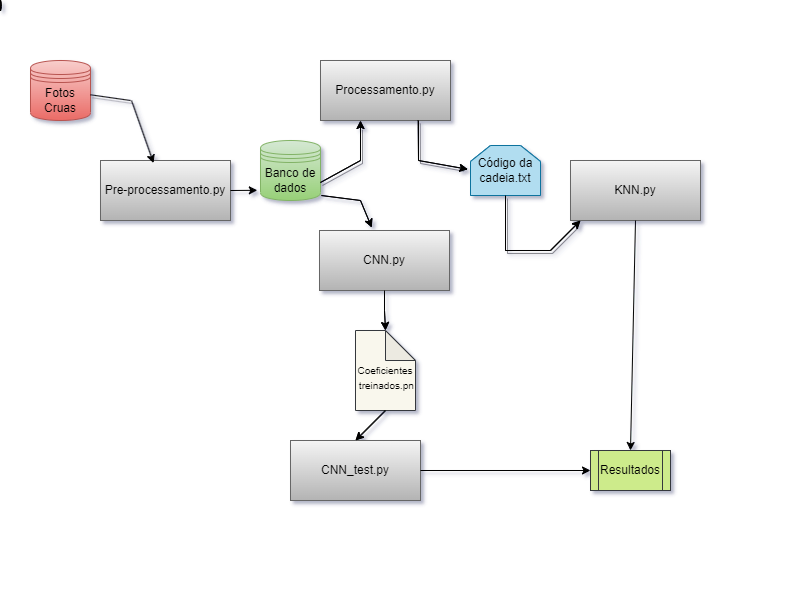
The draw.io diagram projetos/yoga-poses-classification/assets/Workflow.drawio.png in Disciplinas-FEEC/IA901-2023S1, before a commit. Source tidied: cells renumbered, new cells last; positions are measured from the earlier drawing's top-left corner, leaving out a move shared by most shapes.
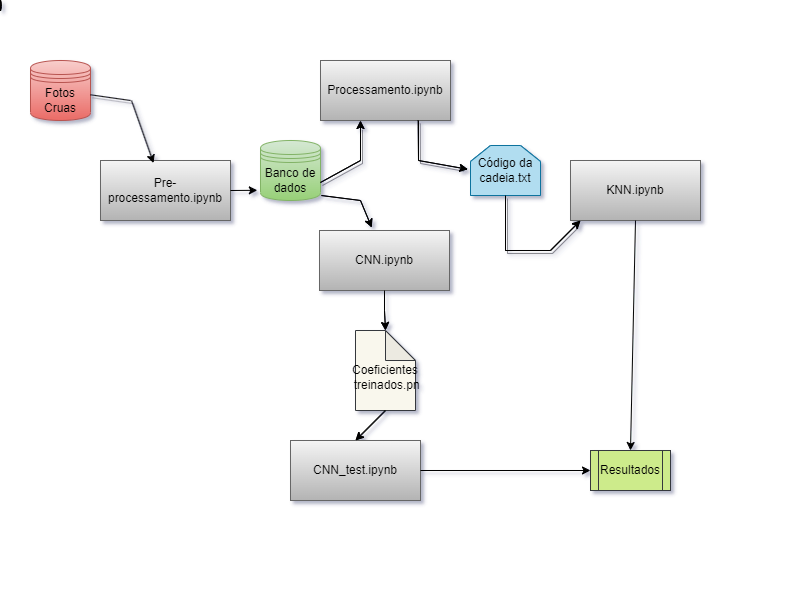
Later version of the same file.

Commit message:
add Workflow and add notebooks

Diff of the diagram source:
```diff
@@ -5,7 +5,7 @@
     <mxCell id="2" value="Fotos Cruas" style="shape=datastore;whiteSpace=wrap;html=1;fillColor=#f8cecc;strokeColor=#b85450;gradientColor=#ea6b66;" parent="1" vertex="1">
       <mxGeometry x="30" y="60" width="60" height="60" as="geometry" />
     </mxCell>
-    <mxCell id="3" value="Pre-processamento.py" style="whiteSpace=wrap;html=1;align=center;verticalAlign=middle;newEdgeStyle={&quot;edgeStyle&quot;:&quot;elbowEdgeStyle&quot;,&quot;startArrow&quot;:&quot;none&quot;,&quot;endArrow&quot;:&quot;none&quot;};fillColor=#f5f5f5;gradientColor=#b3b3b3;strokeColor=#666666;" parent="1" vertex="1">
+    <mxCell id="3" value="Pre-processamento.ipynb" style="whiteSpace=wrap;html=1;align=center;verticalAlign=middle;newEdgeStyle={&quot;edgeStyle&quot;:&quot;elbowEdgeStyle&quot;,&quot;startArrow&quot;:&quot;none&quot;,&quot;endArrow&quot;:&quot;none&quot;};fillColor=#f5f5f5;gradientColor=#b3b3b3;strokeColor=#666666;" parent="1" vertex="1">
       <mxGeometry x="100" y="160" width="130" height="60" as="geometry" />
     </mxCell>
     <mxCell id="4" value="Banco de dados" style="shape=datastore;whiteSpace=wrap;html=1;fillColor=#d5e8d4;strokeColor=#82b366;gradientColor=#97d077;" parent="1" vertex="1">
@@ -24,7 +24,7 @@
     <mxCell id="7" style="endArrow=classic;html=1;rounded=0;exitX=1;exitY=0.5;exitDx=0;exitDy=0;entryX=-0.053;entryY=0.83;entryDx=0;entryDy=0;entryPerimeter=0;" parent="1" edge="1" source="3" target="4">
       <mxGeometry relative="1" as="geometry" />
     </mxCell>
-    <mxCell id="8" value="Processamento.py" style="whiteSpace=wrap;html=1;align=center;verticalAlign=middle;newEdgeStyle={&quot;edgeStyle&quot;:&quot;elbowEdgeStyle&quot;,&quot;startArrow&quot;:&quot;none&quot;,&quot;endArrow&quot;:&quot;none&quot;};fillColor=#f5f5f5;gradientColor=#b3b3b3;strokeColor=#666666;" parent="1" vertex="1">
+    <mxCell id="8" value="Processamento.ipynb" style="whiteSpace=wrap;html=1;align=center;verticalAlign=middle;newEdgeStyle={&quot;edgeStyle&quot;:&quot;elbowEdgeStyle&quot;,&quot;startArrow&quot;:&quot;none&quot;,&quot;endArrow&quot;:&quot;none&quot;};fillColor=#f5f5f5;gradientColor=#b3b3b3;strokeColor=#666666;" parent="1" vertex="1">
       <mxGeometry x="320" y="60" width="130" height="60" as="geometry" />
     </mxCell>
     <mxCell id="9" style="endArrow=classic;html=1;rounded=0;exitX=1;exitY=0.7;exitDx=0;exitDy=0;shadow=1;" parent="1" edge="1" source="4">
@@ -68,7 +68,7 @@
         </Array>
       </mxGeometry>
     </mxCell>
-    <mxCell id="16" value="&lt;font style=&quot;font-size: 10px;&quot;&gt;&amp;nbsp; &amp;nbsp; Coeficientes&lt;br&gt;&amp;nbsp;treinados.pn&lt;/font&gt;" style="shape=note;whiteSpace=wrap;html=1;backgroundOutline=1;darkOpacity=0.05;fillColor=#f9f7ed;strokeColor=#36393d;" parent="1" vertex="1">
+    <mxCell id="16" value="&amp;nbsp; &amp;nbsp; Coeficientes&lt;br&gt;&amp;nbsp;treinados.pn" style="shape=note;whiteSpace=wrap;html=1;backgroundOutline=1;darkOpacity=0.05;fillColor=#f9f7ed;strokeColor=#36393d;" parent="1" vertex="1">
       <mxGeometry x="355" y="330" width="60" height="80" as="geometry" />
     </mxCell>
     <mxCell id="17" style="endArrow=classic;html=1;rounded=0;entryX=0;entryY=0;entryDx=30;entryDy=0;entryPerimeter=0;exitX=0.5;exitY=1;exitDx=0;exitDy=0;" parent="1" edge="1" source="14" target="16">
@@ -84,7 +84,7 @@
     <mxCell id="19" value="Resultados" style="shape=process;whiteSpace=wrap;html=1;backgroundOutline=1;fillColor=#cdeb8b;strokeColor=#36393d;" parent="1" vertex="1">
       <mxGeometry x="590" y="450" width="80" height="40" as="geometry" />
     </mxCell>
-    <mxCell id="20" value="CNN_test.py" style="whiteSpace=wrap;html=1;align=center;verticalAlign=middle;newEdgeStyle={&quot;edgeStyle&quot;:&quot;elbowEdgeStyle&quot;,&quot;startArrow&quot;:&quot;none&quot;,&quot;endArrow&quot;:&quot;none&quot;};fillColor=#f5f5f5;gradientColor=#b3b3b3;strokeColor=#666666;" parent="1" vertex="1">
+    <mxCell id="20" value="CNN_test.ipynb" style="whiteSpace=wrap;html=1;align=center;verticalAlign=middle;newEdgeStyle={&quot;edgeStyle&quot;:&quot;elbowEdgeStyle&quot;,&quot;startArrow&quot;:&quot;none&quot;,&quot;endArrow&quot;:&quot;none&quot;};fillColor=#f5f5f5;gradientColor=#b3b3b3;strokeColor=#666666;" parent="1" vertex="1">
       <mxGeometry x="290" y="440" width="130" height="60" as="geometry" />
     </mxCell>
     <mxCell id="21" style="endArrow=classic;html=1;rounded=0;exitX=1;exitY=0.5;exitDx=0;exitDy=0;entryX=0;entryY=0.5;entryDx=0;entryDy=0;" parent="1" edge="1" source="20" target="19">
@@ -99,7 +99,7 @@
         </Array>
       </mxGeometry>
     </mxCell>
-    <mxCell id="23" value="KNN.py" style="whiteSpace=wrap;html=1;align=center;verticalAlign=middle;newEdgeStyle={&quot;edgeStyle&quot;:&quot;elbowEdgeStyle&quot;,&quot;startArrow&quot;:&quot;none&quot;,&quot;endArrow&quot;:&quot;none&quot;};fillColor=#f5f5f5;gradientColor=#b3b3b3;strokeColor=#666666;" parent="1" vertex="1">
+    <mxCell id="23" value="KNN.ipynb" style="whiteSpace=wrap;html=1;align=center;verticalAlign=middle;newEdgeStyle={&quot;edgeStyle&quot;:&quot;elbowEdgeStyle&quot;,&quot;startArrow&quot;:&quot;none&quot;,&quot;endArrow&quot;:&quot;none&quot;};fillColor=#f5f5f5;gradientColor=#b3b3b3;strokeColor=#666666;" parent="1" vertex="1">
       <mxGeometry x="570" y="160" width="130" height="60" as="geometry" />
     </mxCell>
     <mxCell id="24" style="endArrow=classic;html=1;rounded=0;entryX=0;entryY=0;entryDx=0;entryDy=0;exitX=0.75;exitY=1;exitDx=0;exitDy=0;shadow=1;" parent="1" edge="1">
@@ -123,7 +123,7 @@
         </Array>
       </mxGeometry>
     </mxCell>
-    <mxCell id="27" value="CNN.py" style="whiteSpace=wrap;html=1;align=center;verticalAlign=middle;newEdgeStyle={&quot;edgeStyle&quot;:&quot;elbowEdgeStyle&quot;,&quot;startArrow&quot;:&quot;none&quot;,&quot;endArrow&quot;:&quot;none&quot;};fillColor=#f5f5f5;gradientColor=#b3b3b3;strokeColor=#666666;" parent="1" vertex="1">
+    <mxCell id="27" value="CNN.ipynb" style="whiteSpace=wrap;html=1;align=center;verticalAlign=middle;newEdgeStyle={&quot;edgeStyle&quot;:&quot;elbowEdgeStyle&quot;,&quot;startArrow&quot;:&quot;none&quot;,&quot;endArrow&quot;:&quot;none&quot;};fillColor=#f5f5f5;gradientColor=#b3b3b3;strokeColor=#666666;" parent="1" vertex="1">
       <mxGeometry x="319" y="230" width="130" height="60" as="geometry" />
     </mxCell>
     <mxCell id="28" style="endArrow=classic;html=1;rounded=0;exitX=1.013;exitY=0.917;exitDx=0;exitDy=0;entryX=0.402;entryY=-0.05;entryDx=0;entryDy=0;entryPerimeter=0;exitPerimeter=0;" parent="1" edge="1" target="27">
```
